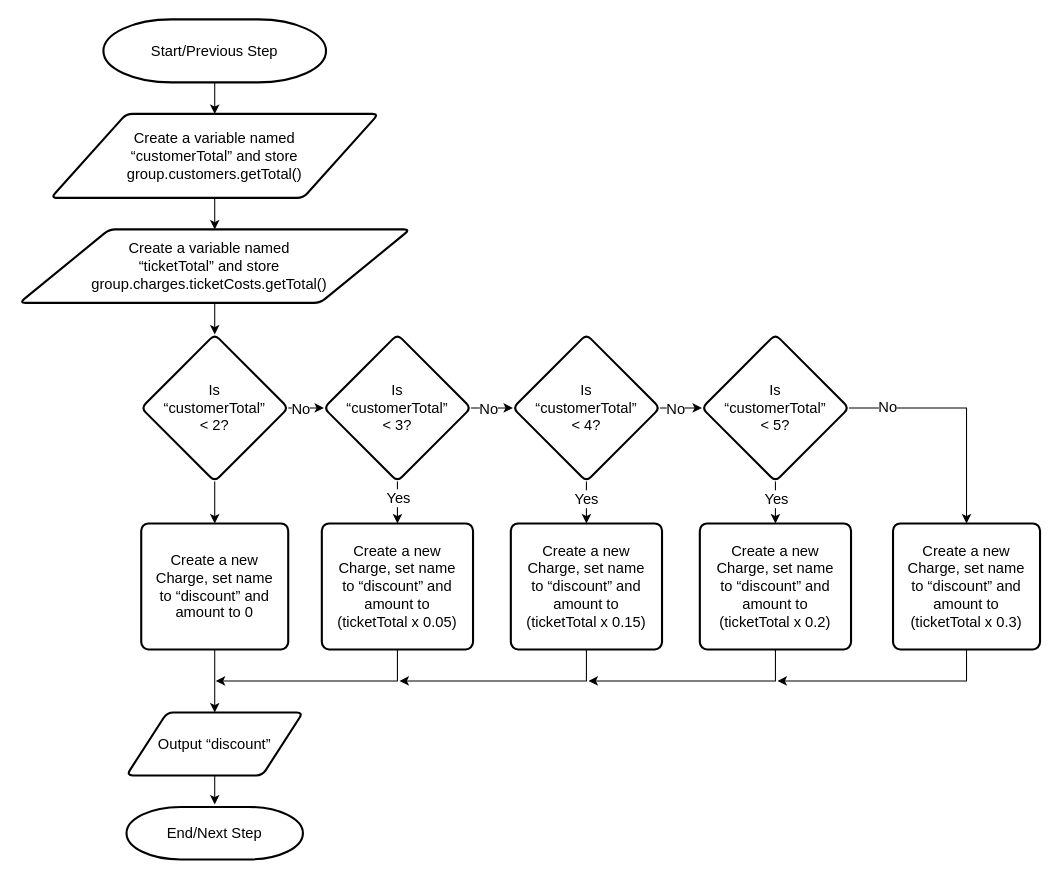
lucanovello/Winter-2024 keeps this draw.io diagram as APS145NFF/W5/APS145_WS5_logic3_part3.drawio. Above is the earlier version. Source tidied: cells renumbered, new cells numbered last; positions are measured from the earlier drawing's top-left corner, leaving out a move shared by most shapes. Both pictures are drawn from the tidied source at 105%, with x=0, y=0 at pixel (19, 19).
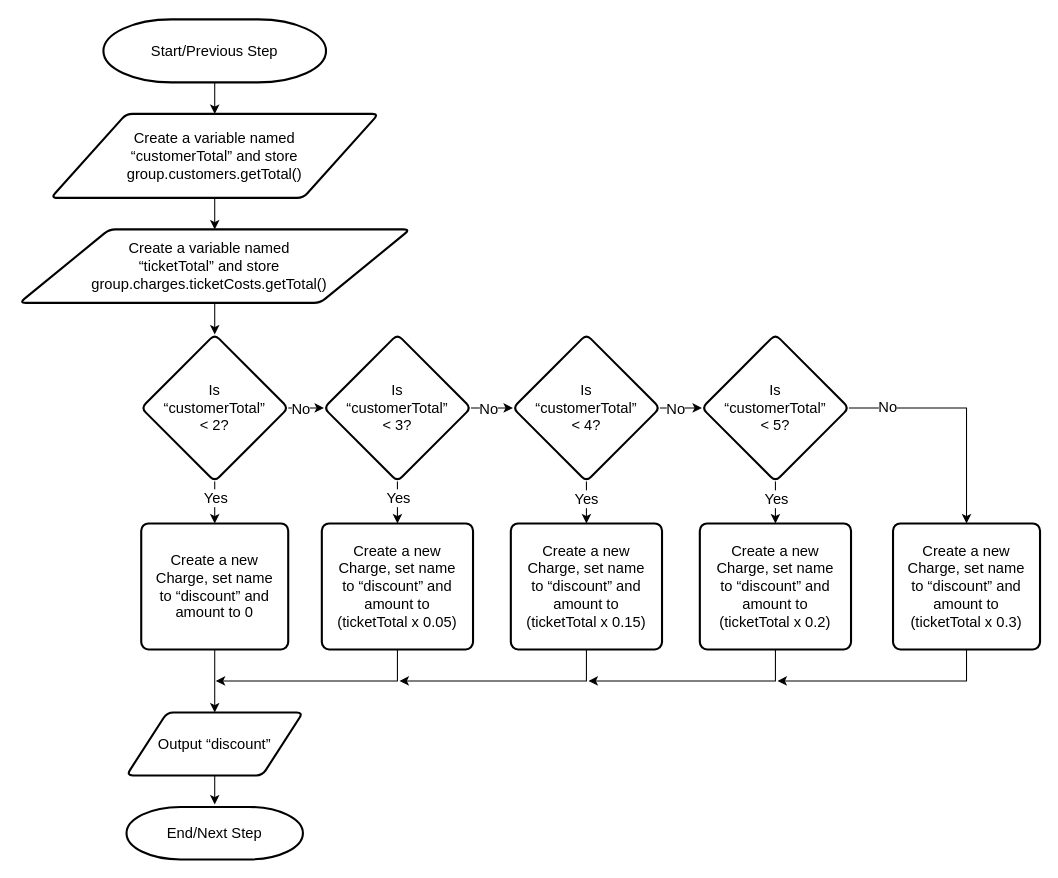
The same page after the edit.

The change refers to these unchanged cells:
```xml
<mxCell id="10" style="edgeStyle=orthogonalEdgeStyle;rounded=0;jettySize=auto;html=1;fontSize=14;shadow=0;fontFamily=Helvetica;" parent="1" edge="1" source="11" target="39">
  <mxGeometry relative="1" as="geometry" />
</mxCell>
```

What changed in the source:
```diff
@@
+    <mxCell id="40" value="Yes" style="edgeLabel;html=1;align=center;verticalAlign=middle;fontSize=14;" parent="10" vertex="1">
+      <mxGeometry x="-0.4" y="3" relative="1" as="geometry">
+        <mxPoint x="-3" y="3" as="offset" />
+      </mxGeometry>
+    </mxCell>
```
